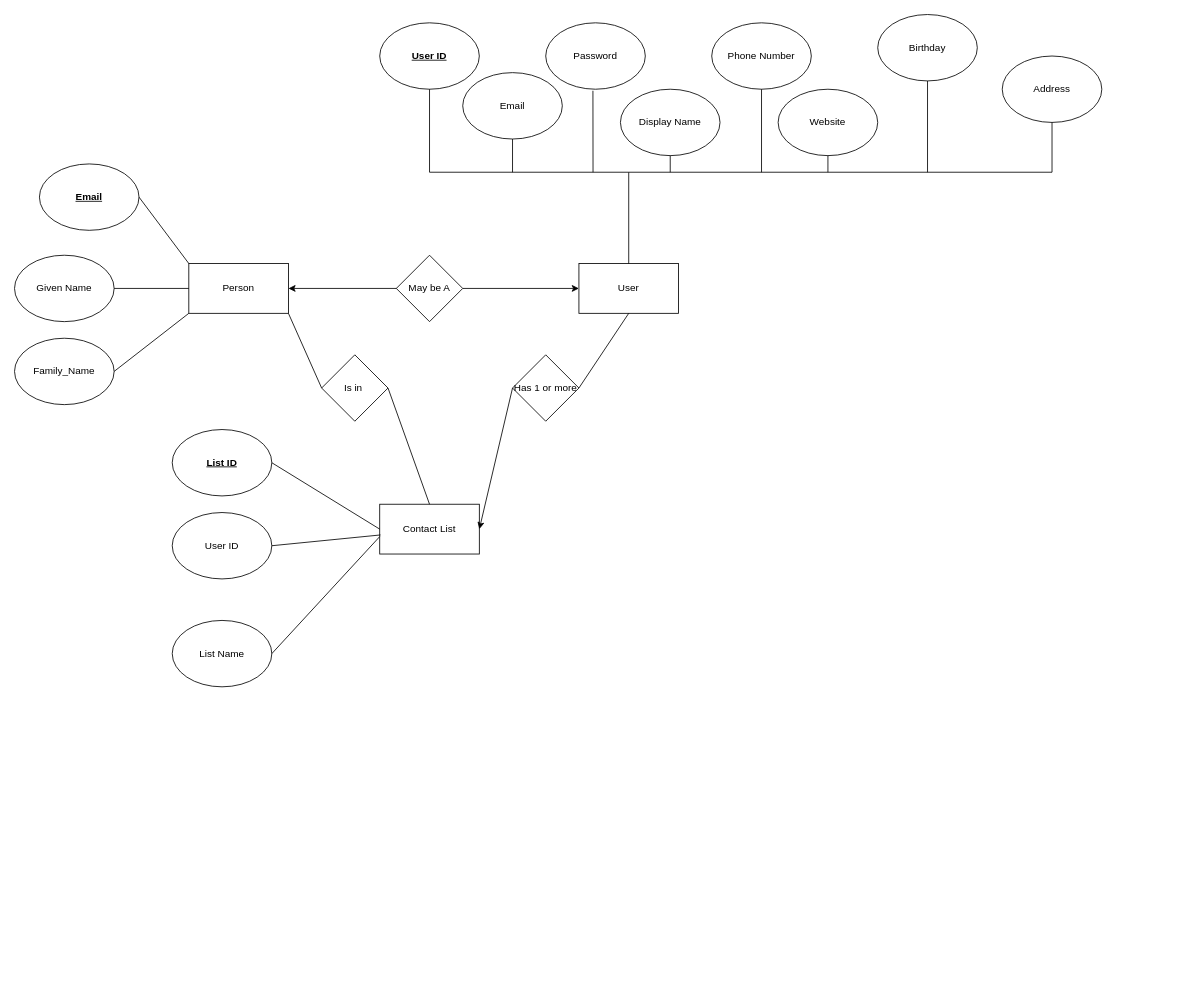
The draw.io diagram Untitled Diagram.drawio in X19Ascension/ZZEN9311_Assessment_2, before the edit. Source tidied: cells renumbered, new cells numbered last; positions are measured from the earlier drawing's top-left corner, leaving out a move shared by most shapes. Both pictures are drawn from the tidied source at 83%, with x=0, y=0 at pixel (14, 14).
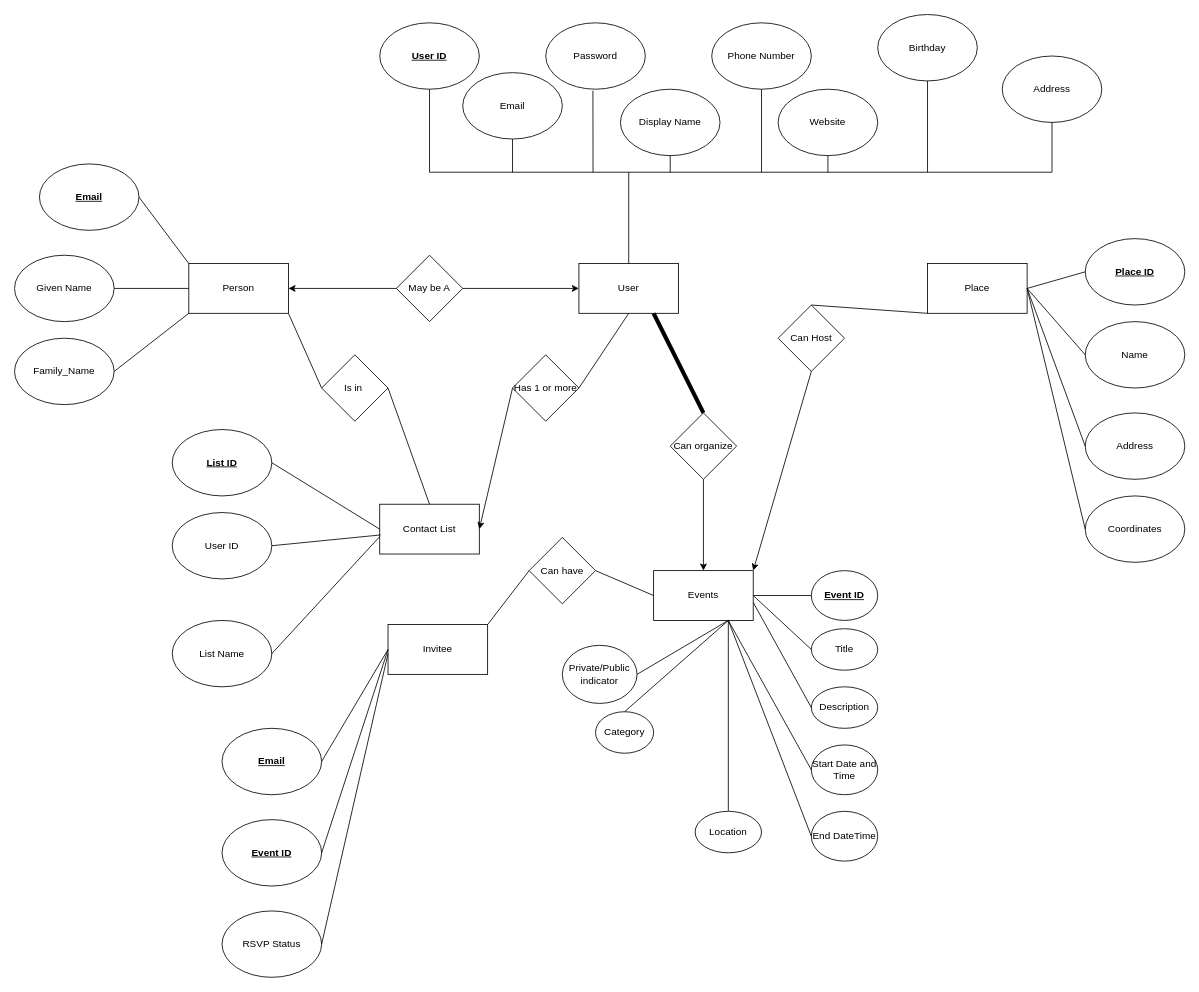
After the change.

The change refers to these unchanged cells:
```xml
<mxCell id="9" value="User" style="rounded=0;whiteSpace=wrap;html=1;" parent="1" vertex="1">
  <mxGeometry x="680" y="300" width="120" height="60" as="geometry" />
</mxCell>
```

Diff of the diagram source:
```diff
@@
+    <mxCell id="46" value="Can organize" style="rhombus;whiteSpace=wrap;html=1;" parent="1" vertex="1">
+      <mxGeometry x="790" y="480" width="80" height="80" as="geometry" />
+    </mxCell>
+    <mxCell id="47" style="endArrow=none;html=1;rounded=0;entryX=0.75;entryY=1;entryDx=0;entryDy=0;exitX=0.5;exitY=0;exitDx=0;exitDy=0;strokeWidth=5;" parent="1" edge="1" source="46" target="9">
+      <mxGeometry relative="1" as="geometry" />
+    </mxCell>
+    <mxCell id="48" style="endArrow=classic;html=1;rounded=0;exitX=0.5;exitY=1;exitDx=0;exitDy=0;" parent="1" edge="1" source="46">
+      <mxGeometry relative="1" as="geometry">
+        <mxPoint x="830" y="670" as="targetPoint" />
+      </mxGeometry>
+    </mxCell>
+    <mxCell id="49" value="Events" style="rounded=0;whiteSpace=wrap;html=1;" parent="1" vertex="1">
+      <mxGeometry x="770" y="670" width="120" height="60" as="geometry" />
+    </mxCell>
+    <mxCell id="50" value="&lt;b&gt;&lt;u&gt;Event ID&lt;/u&gt;&lt;/b&gt;" style="ellipse;whiteSpace=wrap;html=1;" parent="1" vertex="1">
+      <mxGeometry x="960" y="670" width="80" height="60" as="geometry" />
+    </mxCell>
+    <mxCell id="51" value="Title" style="ellipse;whiteSpace=wrap;html=1;" parent="1" vertex="1">
+      <mxGeometry x="960" y="740" width="80" height="50" as="geometry" />
+    </mxCell>
+    <mxCell id="52" value="Description" style="ellipse;whiteSpace=wrap;html=1;" parent="1" vertex="1">
+      <mxGeometry x="960" y="810" width="80" height="50" as="geometry" />
+    </mxCell>
+    <mxCell id="53" value="Start Date and Time" style="ellipse;whiteSpace=wrap;html=1;" parent="1" vertex="1">
+      <mxGeometry x="960" y="880" width="80" height="60" as="geometry" />
+    </mxCell>
+    <mxCell id="54" value="End DateTime" style="ellipse;whiteSpace=wrap;html=1;" parent="1" vertex="1">
+      <mxGeometry x="960" y="960" width="80" height="60" as="geometry" />
+    </mxCell>
+    <mxCell id="55" style="endArrow=none;html=1;rounded=0;entryX=0;entryY=0.5;entryDx=0;entryDy=0;exitX=1;exitY=0.5;exitDx=0;exitDy=0;" parent="1" edge="1" source="49" target="50">
+      <mxGeometry relative="1" as="geometry" />
+    </mxCell>
+    <mxCell id="56" style="endArrow=none;html=1;rounded=0;entryX=0;entryY=0.5;entryDx=0;entryDy=0;exitX=1;exitY=0.5;exitDx=0;exitDy=0;" parent="1" edge="1" source="49" target="51">
+      <mxGeometry relative="1" as="geometry" />
+    </mxCell>
+    <mxCell id="57" style="endArrow=none;html=1;rounded=0;entryX=0;entryY=0.5;entryDx=0;entryDy=0;exitX=1.001;exitY=0.642;exitDx=0;exitDy=0;exitPerimeter=0;" parent="1" edge="1" source="49" target="52">
+      <mxGeometry relative="1" as="geometry" />
+    </mxCell>
+    <mxCell id="58" style="endArrow=none;html=1;rounded=0;entryX=0.75;entryY=1;entryDx=0;entryDy=0;exitX=0;exitY=0.5;exitDx=0;exitDy=0;" parent="1" edge="1" source="53" target="49">
+      <mxGeometry relative="1" as="geometry" />
+    </mxCell>
+    <mxCell id="59" style="endArrow=none;html=1;rounded=0;exitX=0;exitY=0.5;exitDx=0;exitDy=0;" parent="1" edge="1" source="54">
+      <mxGeometry relative="1" as="geometry">
+        <mxPoint x="860" y="730" as="targetPoint" />
+      </mxGeometry>
+    </mxCell>
+    <mxCell id="60" style="endArrow=none;html=1;rounded=0;entryX=0.75;entryY=1;entryDx=0;entryDy=0;" parent="1" edge="1" target="49">
+      <mxGeometry relative="1" as="geometry">
+        <mxPoint x="860" y="960" as="sourcePoint" />
+      </mxGeometry>
+    </mxCell>
+    <mxCell id="61" value="Location" style="ellipse;whiteSpace=wrap;html=1;" parent="1" vertex="1">
+      <mxGeometry x="820" y="960" width="80" height="50" as="geometry" />
+    </mxCell>
+    <mxCell id="62" value="Category" style="ellipse;whiteSpace=wrap;html=1;" parent="1" vertex="1">
+      <mxGeometry x="700" y="840" width="70" height="50" as="geometry" />
+    </mxCell>
+    <mxCell id="63" style="endArrow=none;html=1;rounded=0;entryX=0.75;entryY=1;entryDx=0;entryDy=0;exitX=0.5;exitY=0;exitDx=0;exitDy=0;" parent="1" edge="1" source="62" target="49">
+      <mxGeometry relative="1" as="geometry" />
+    </mxCell>
+    <mxCell id="64" value="Private/Public indicator" style="ellipse;whiteSpace=wrap;html=1;" parent="1" vertex="1">
+      <mxGeometry x="660" y="760" width="90" height="70" as="geometry" />
+    </mxCell>
+    <mxCell id="65" style="endArrow=none;html=1;rounded=0;exitX=1;exitY=0.5;exitDx=0;exitDy=0;" parent="1" edge="1" source="64">
+      <mxGeometry relative="1" as="geometry">
+        <mxPoint x="860" y="730" as="targetPoint" />
+      </mxGeometry>
+    </mxCell>
+    <mxCell id="66" value="Place" style="rounded=0;whiteSpace=wrap;html=1;" parent="1" vertex="1">
+      <mxGeometry x="1100" y="300" width="120" height="60" as="geometry" />
+    </mxCell>
+    <mxCell id="67" value="Can Host" style="rhombus;whiteSpace=wrap;html=1;" parent="1" vertex="1">
+      <mxGeometry x="920" y="350" width="80" height="80" as="geometry" />
+    </mxCell>
+    <mxCell id="68" style="endArrow=none;html=1;rounded=0;entryX=0;entryY=1;entryDx=0;entryDy=0;exitX=0.5;exitY=0;exitDx=0;exitDy=0;" parent="1" edge="1" source="67" target="66">
+      <mxGeometry relative="1" as="geometry" />
+    </mxCell>
+    <mxCell id="69" style="endArrow=classic;html=1;rounded=0;entryX=1;entryY=0;entryDx=0;entryDy=0;exitX=0.5;exitY=1;exitDx=0;exitDy=0;" parent="1" edge="1" source="67" target="49">
+      <mxGeometry relative="1" as="geometry" />
+    </mxCell>
+    <mxCell id="70" value="&lt;b&gt;&lt;u&gt;Place ID&lt;/u&gt;&lt;/b&gt;" style="ellipse;whiteSpace=wrap;html=1;" parent="1" vertex="1">
+      <mxGeometry x="1290" y="270" width="120" height="80" as="geometry" />
+    </mxCell>
+    <mxCell id="71" value="Name" style="ellipse;whiteSpace=wrap;html=1;" parent="1" vertex="1">
+      <mxGeometry x="1290" y="370" width="120" height="80" as="geometry" />
+    </mxCell>
+    <mxCell id="72" value="Address" style="ellipse;whiteSpace=wrap;html=1;" parent="1" vertex="1">
+      <mxGeometry x="1290" y="480" width="120" height="80" as="geometry" />
+    </mxCell>
+    <mxCell id="73" value="Coordinates" style="ellipse;whiteSpace=wrap;html=1;" parent="1" vertex="1">
+      <mxGeometry x="1290" y="580" width="120" height="80" as="geometry" />
+    </mxCell>
+    <mxCell id="74" style="endArrow=none;html=1;rounded=0;entryX=1;entryY=0.5;entryDx=0;entryDy=0;exitX=0;exitY=0.5;exitDx=0;exitDy=0;" parent="1" edge="1" source="70" target="66">
+      <mxGeometry relative="1" as="geometry" />
+    </mxCell>
+    <mxCell id="75" style="endArrow=none;html=1;rounded=0;entryX=1;entryY=0.5;entryDx=0;entryDy=0;exitX=0;exitY=0.5;exitDx=0;exitDy=0;" parent="1" edge="1" source="71" target="66">
+      <mxGeometry relative="1" as="geometry" />
+    </mxCell>
+    <mxCell id="76" style="endArrow=none;html=1;rounded=0;entryX=1;entryY=0.5;entryDx=0;entryDy=0;exitX=0;exitY=0.5;exitDx=0;exitDy=0;" parent="1" edge="1" source="72" target="66">
+      <mxGeometry relative="1" as="geometry" />
+    </mxCell>
+    <mxCell id="77" style="endArrow=none;html=1;rounded=0;exitX=0;exitY=0.5;exitDx=0;exitDy=0;" parent="1" edge="1" source="73">
+      <mxGeometry relative="1" as="geometry">
+        <mxPoint x="1220" y="330" as="targetPoint" />
+      </mxGeometry>
+    </mxCell>
+    <mxCell id="78" value="Invitee" style="rounded=0;whiteSpace=wrap;html=1;" parent="1" vertex="1">
+      <mxGeometry x="450" y="735" width="120" height="60" as="geometry" />
+    </mxCell>
+    <mxCell id="79" style="endArrow=none;html=1;rounded=0;entryX=1;entryY=0;entryDx=0;entryDy=0;exitX=0;exitY=0.5;exitDx=0;exitDy=0;" parent="1" edge="1" source="80" target="78">
+      <mxGeometry relative="1" as="geometry" />
+    </mxCell>
+    <mxCell id="80" value="Can have" style="rhombus;whiteSpace=wrap;html=1;" parent="1" vertex="1">
+      <mxGeometry x="620" y="630" width="80" height="80" as="geometry" />
+    </mxCell>
+    <mxCell id="81" style="endArrow=none;html=1;rounded=0;entryX=1;entryY=0.5;entryDx=0;entryDy=0;exitX=0;exitY=0.5;exitDx=0;exitDy=0;" parent="1" edge="1" source="49" target="80">
+      <mxGeometry relative="1" as="geometry" />
+    </mxCell>
+    <mxCell id="82" value="&lt;b&gt;&lt;u&gt;Email&lt;/u&gt;&lt;/b&gt;" style="ellipse;whiteSpace=wrap;html=1;" parent="1" vertex="1">
+      <mxGeometry x="250" y="860" width="120" height="80" as="geometry" />
+    </mxCell>
+    <mxCell id="83" value="&lt;b&gt;&lt;u&gt;Event ID&lt;/u&gt;&lt;/b&gt;" style="ellipse;whiteSpace=wrap;html=1;" parent="1" vertex="1">
+      <mxGeometry x="250" y="970" width="120" height="80" as="geometry" />
+    </mxCell>
+    <mxCell id="84" value="RSVP Status" style="ellipse;whiteSpace=wrap;html=1;" parent="1" vertex="1">
+      <mxGeometry x="250" y="1080" width="120" height="80" as="geometry" />
+    </mxCell>
+    <mxCell id="85" style="endArrow=none;html=1;rounded=0;exitX=1;exitY=0.5;exitDx=0;exitDy=0;entryX=0;entryY=0.5;entryDx=0;entryDy=0;" parent="1" edge="1" source="82" target="78">
+      <mxGeometry relative="1" as="geometry" />
+    </mxCell>
+    <mxCell id="86" style="endArrow=none;html=1;rounded=0;entryX=0;entryY=0.5;entryDx=0;entryDy=0;exitX=1;exitY=0.5;exitDx=0;exitDy=0;" parent="1" edge="1" source="83" target="78">
+      <mxGeometry relative="1" as="geometry" />
+    </mxCell>
+    <mxCell id="87" style="endArrow=none;html=1;rounded=0;exitX=1;exitY=0.5;exitDx=0;exitDy=0;" parent="1" edge="1" source="84">
+      <mxGeometry relative="1" as="geometry">
+        <mxPoint x="450" y="770" as="targetPoint" />
+      </mxGeometry>
+    </mxCell>
```
